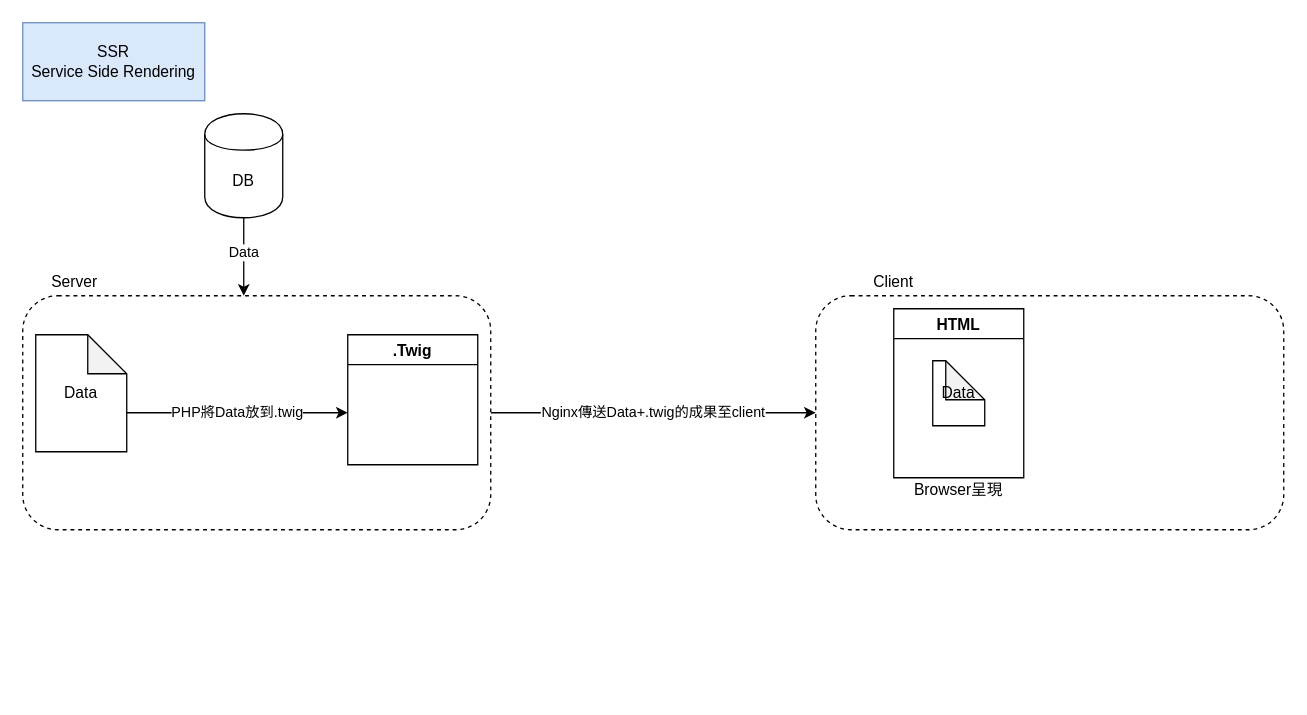
This is Untitled Diagram.drawio from BenmrChen/Draw.io, a draw.io file, before an edit. Source tidied: cells renumbered, new cells numbered last; positions are measured from the earlier drawing's top-left corner, leaving out a move shared by most shapes. Both pictures are drawn from the tidied source at 130%, with x=0, y=0 at pixel (22, 22).
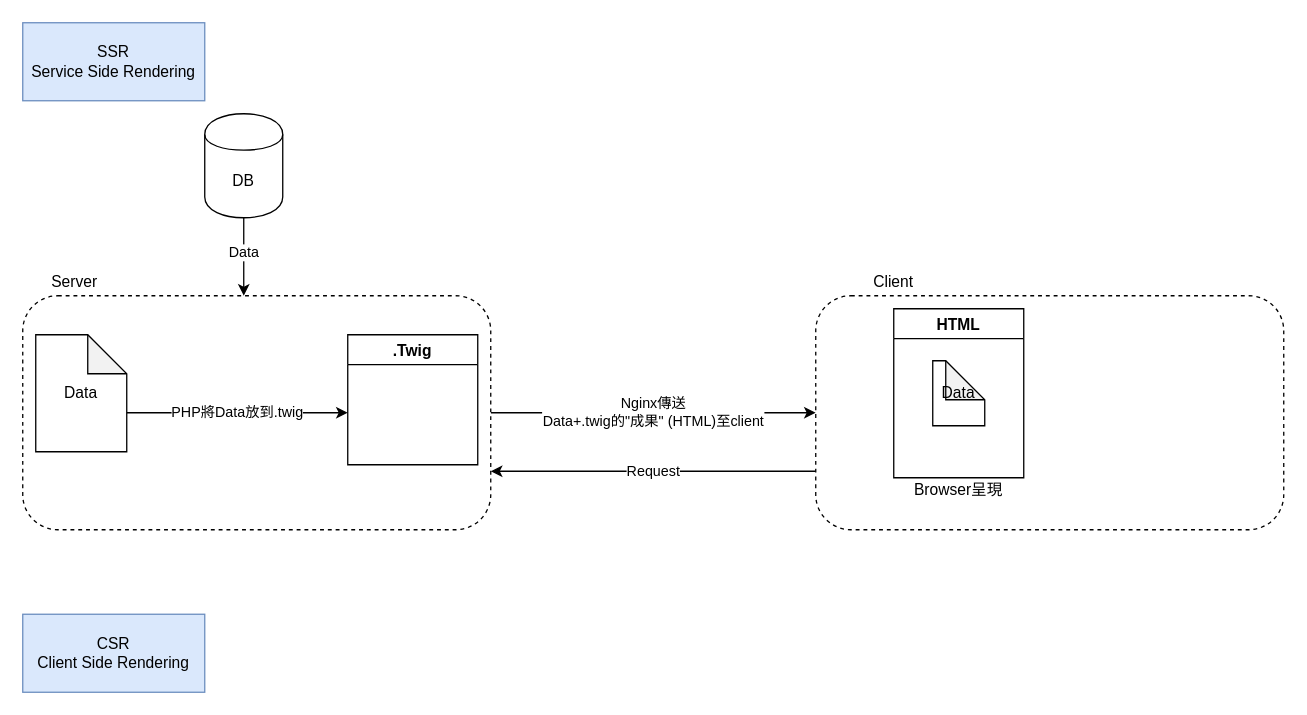
The same diagram, later.

The change refers to these unchanged cells:
```xml
<mxCell id="3" style="rounded=1;whiteSpace=wrap;html=1;dashed=1;" parent="1" vertex="1">
  <mxGeometry y="210" width="360" height="180" as="geometry" />
</mxCell>
<mxCell id="11" style="rounded=1;whiteSpace=wrap;html=1;dashed=1;" parent="1" vertex="1">
  <mxGeometry x="610" y="210" width="360" height="180" as="geometry" />
</mxCell>
```

Diff of the diagram source:
```diff
@@
-    <mxCell id="2" value="Nginx傳送Data+.twig的成果至client" style="edgeStyle=orthogonalEdgeStyle;rounded=0;jettySize=auto;html=1;exitX=1;exitY=0.5;exitDx=0;exitDy=0;entryX=0;entryY=0.5;entryDx=0;entryDy=0;startArrow=none;startFill=0;" parent="1" edge="1" source="3" target="11">
+    <mxCell id="2" value="Nginx傳送&lt;br&gt;Data+.twig的&quot;成果&quot; (HTML)至client" style="edgeStyle=orthogonalEdgeStyle;rounded=0;jettySize=auto;html=1;exitX=1;exitY=0.5;exitDx=0;exitDy=0;entryX=0;entryY=0.5;entryDx=0;entryDy=0;startArrow=none;startFill=0;" parent="1" edge="1" source="3" target="11">
       <mxGeometry relative="1" as="geometry" />
     </mxCell>
@@
+    <mxCell id="17" value="Request" style="edgeStyle=orthogonalEdgeStyle;rounded=0;jettySize=auto;html=1;exitX=0;exitY=0.75;exitDx=0;exitDy=0;entryX=1;entryY=0.75;entryDx=0;entryDy=0;" parent="1" edge="1" source="11" target="3">
+      <mxGeometry relative="1" as="geometry" />
+    </mxCell>
@@
+    <mxCell id="18" value="CSR&lt;br&gt;Client Side Rendering" style="rounded=0;whiteSpace=wrap;html=1;fillColor=#dae8fc;strokeColor=#6c8ebf;" parent="1" vertex="1">
+      <mxGeometry y="455" width="140" height="60" as="geometry" />
+    </mxCell>
```
